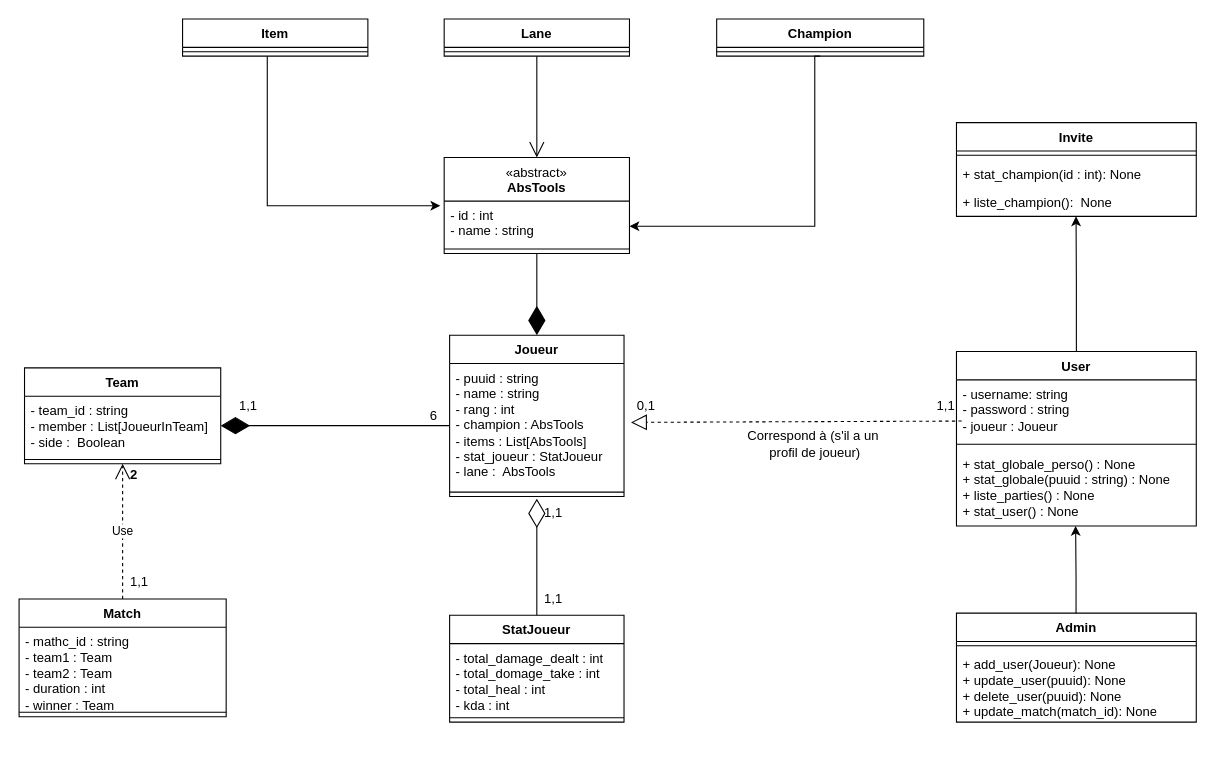
Before: Image Prod/League of legends.drawio in Niyo-D-JC/HelpWork, a draw.io diagram. Source tidied: cells renumbered, new cells numbered last; positions are measured from the earlier drawing's top-left corner, leaving out a move shared by most shapes. Both pictures are drawn from the tidied source at 109%, with x=0, y=0 at pixel (19, 19).
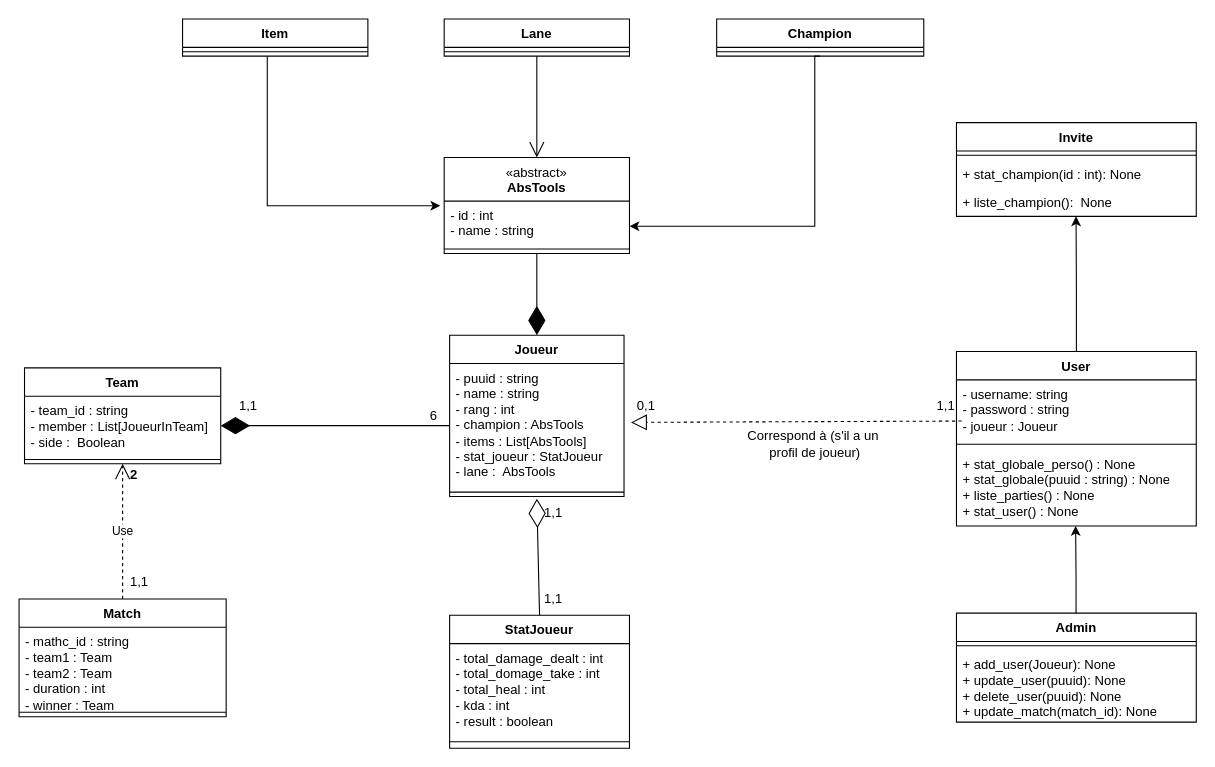
The same diagram, later.

Commit message:
Mettre à jour League of legends.drawio

What changed in the source:
```diff
@@
     <mxCell id="2" value="StatJoueur" style="swimlane;fontStyle=1;align=center;verticalAlign=top;horizontal=1;startSize=26;whiteSpace=wrap;html=1;" parent="1" vertex="1">
-      <mxGeometry x="395" y="547" width="160" height="98" as="geometry" />
+      <mxGeometry x="395" y="547" width="165" height="122" as="geometry" />
     </mxCell>
-    <mxCell id="3" value="- total_damage_dealt : int&lt;br&gt;- total_domage_take : int&lt;br&gt;- total_heal : int&lt;br&gt;- kda : int" style="text;strokeColor=none;fillColor=none;align=left;verticalAlign=top;spacingLeft=4;spacingRight=4;overflow=hidden;whiteSpace=wrap;html=1;" parent="2" vertex="1">
-      <mxGeometry y="26" width="160" height="64" as="geometry" />
+    <mxCell id="3" value="- total_damage_dealt : int&lt;br&gt;- total_domage_take : int&lt;br&gt;- total_heal : int&lt;br&gt;- kda : int&lt;br&gt;- result : boolean" style="text;strokeColor=none;fillColor=none;align=left;verticalAlign=top;spacingLeft=4;spacingRight=4;overflow=hidden;whiteSpace=wrap;html=1;" parent="2" vertex="1">
+      <mxGeometry y="26" width="165" height="84" as="geometry" />
     </mxCell>
     <mxCell id="4" style="line;strokeWidth=1;fillColor=none;align=left;verticalAlign=middle;spacingTop=-1;spacingLeft=3;spacingRight=3;labelPosition=right;strokeColor=inherit;" parent="2" vertex="1">
-      <mxGeometry y="90" width="160" height="8" as="geometry" />
+      <mxGeometry y="110" width="165" height="12" as="geometry" />
     </mxCell>
```
